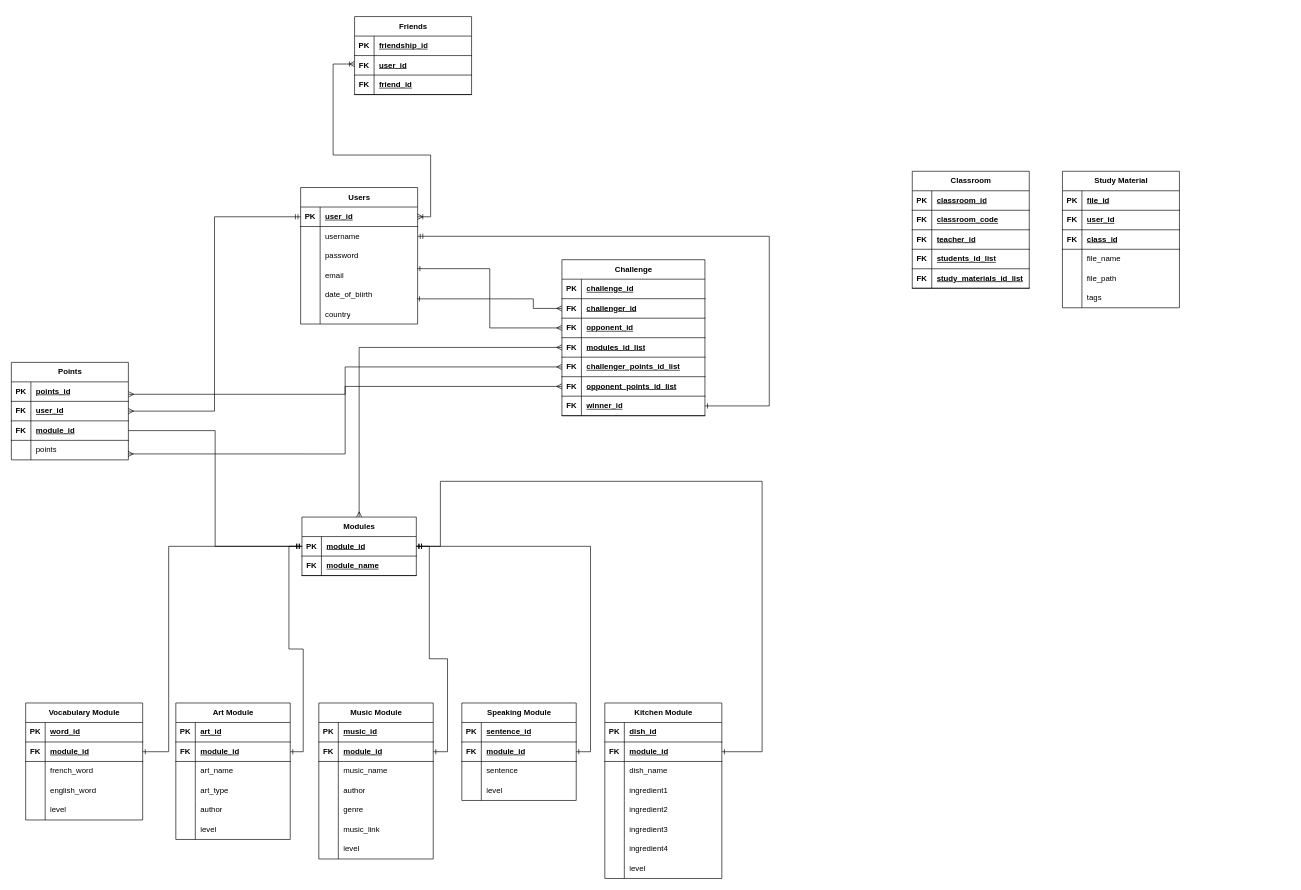
bacholabadze/FrenchChallenges keeps this draw.io diagram as Untitled Diagram.drawio. Above is the earlier version. Source tidied: cells renumbered, new cells numbered last; positions are measured from the earlier drawing's top-left corner, leaving out a move shared by most shapes. Both pictures are drawn from the tidied source at 65%, with x=0, y=0 at pixel (11, 16).
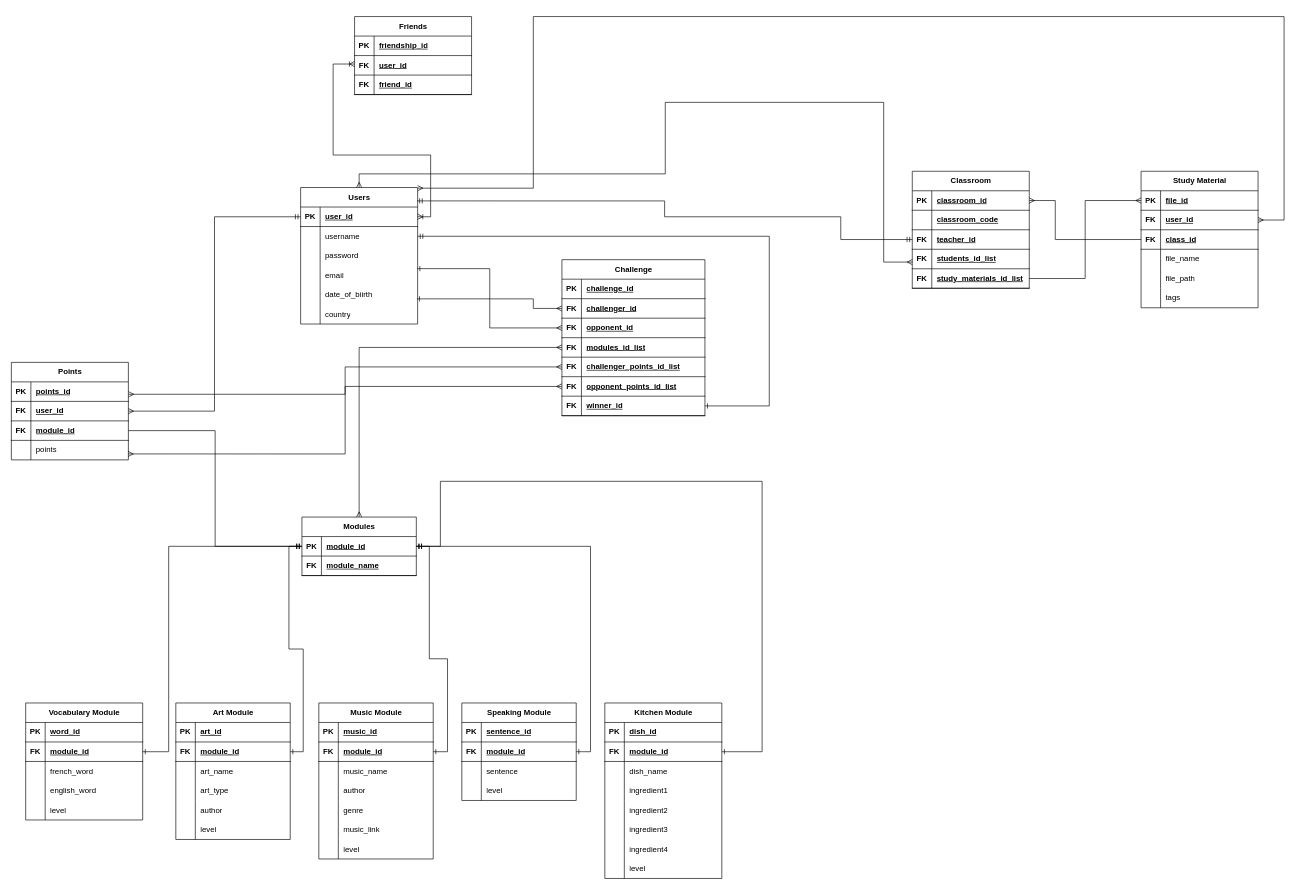
The same page after the edit.

Unchanged cells that the change refers to:
```xml
<mxCell id="3" value="Users" style="shape=table;startSize=30;childLayout=tableLayout;rowLines=0;fontStyle=1;align=center;html=1;" parent="2" vertex="1">
  <mxGeometry width="180" height="210" as="geometry" />
</mxCell>
<mxCell id="130" style="shape=tableRow;horizontal=0;startSize=0;swimlaneHead=0;swimlaneBody=0;fillColor=none;points=[[0,0.5],[1,0.5]];portConstraint=eastwest;top=0;left=0;right=0;bottom=1;" parent="129" vertex="1">
  <mxGeometry y="30" width="180" height="30" as="geometry" />
</mxCell>
<mxCell id="133" style="shape=tableRow;horizontal=0;startSize=0;swimlaneHead=0;swimlaneBody=0;fillColor=none;points=[[0,0.5],[1,0.5]];portConstraint=eastwest;top=0;left=0;right=0;bottom=1;" parent="129" vertex="1">
  <mxGeometry y="60" width="180" height="30" as="geometry" />
</mxCell>
<mxCell id="136" style="shape=tableRow;horizontal=0;startSize=0;swimlaneHead=0;swimlaneBody=0;fillColor=none;points=[[0,0.5],[1,0.5]];portConstraint=eastwest;top=0;left=0;right=0;bottom=1;" parent="129" vertex="1">
  <mxGeometry y="90" width="180" height="30" as="geometry" />
</mxCell>
<mxCell id="149" style="shape=tableRow;horizontal=0;startSize=0;swimlaneHead=0;swimlaneBody=0;fillColor=none;points=[[0,0.5],[1,0.5]];portConstraint=eastwest;top=0;left=0;right=0;bottom=1;" parent="148" vertex="1">
  <mxGeometry y="30" width="180" height="30" as="geometry" />
</mxCell>
<mxCell id="152" style="shape=tableRow;horizontal=0;startSize=0;swimlaneHead=0;swimlaneBody=0;fillColor=none;top=0;left=0;right=0;bottom=1;" parent="148" vertex="1">
  <mxGeometry y="60" width="180" height="30" as="geometry" />
</mxCell>
<mxCell id="155" style="shape=tableRow;horizontal=0;startSize=0;swimlaneHead=0;swimlaneBody=0;fillColor=none;points=[[0,0.5],[1,0.5]];portConstraint=eastwest;top=0;left=0;right=0;bottom=1;" parent="148" vertex="1">
  <mxGeometry y="90" width="180" height="30" as="geometry" />
</mxCell>
<mxCell id="158" style="shape=tableRow;horizontal=0;startSize=0;swimlaneHead=0;swimlaneBody=0;fillColor=none;points=[[0,0.5],[1,0.5]];portConstraint=eastwest;top=0;left=0;right=0;bottom=1;" parent="148" vertex="1">
  <mxGeometry y="120" width="180" height="30" as="geometry" />
</mxCell>
<mxCell id="161" style="shape=tableRow;horizontal=0;startSize=0;swimlaneHead=0;swimlaneBody=0;fillColor=none;points=[[0,0.5],[1,0.5]];portConstraint=eastwest;top=0;left=0;right=0;bottom=1;" parent="148" vertex="1">
  <mxGeometry y="150" width="180" height="30" as="geometry" />
</mxCell>
```

The edit, as a diff of the source:
```diff
@@
     <mxCell id="129" value="Study Material" style="shape=table;startSize=30;childLayout=tableLayout;rowLines=0;fontStyle=1;align=center;html=1;" parent="1" vertex="1">
-      <mxGeometry x="1617" y="238" width="180" height="210" as="geometry" />
+      <mxGeometry x="1738" y="238" width="180" height="210" as="geometry" />
     </mxCell>
@@
-    <mxCell id="153" value="FK" style="shape=partialRectangle;fillColor=none;top=0;left=0;bottom=0;right=0;fontStyle=1;overflow=hidden;whiteSpace=wrap;html=1;" parent="152" vertex="1">
+    <mxCell id="153" style="shape=partialRectangle;fillColor=none;top=0;left=0;bottom=0;right=0;fontStyle=1;overflow=hidden;whiteSpace=wrap;html=1;" parent="152" vertex="1">
       <mxGeometry width="30" height="30" as="geometry" />
     </mxCell>
@@
+    <mxCell id="219" style="edgeStyle=orthogonalEdgeStyle;rounded=0;jettySize=auto;html=1;entryX=0;entryY=0.5;entryDx=0;entryDy=0;endArrow=ERmany;endFill=0;" parent="1" edge="1" source="161" target="130">
+      <mxGeometry relative="1" as="geometry" />
+    </mxCell>
+    <mxCell id="220" style="edgeStyle=orthogonalEdgeStyle;rounded=0;jettySize=auto;html=1;endArrow=ERmany;endFill=0;startArrow=ERmany;startFill=0;exitX=0.001;exitY=0.656;exitDx=0;exitDy=0;exitPerimeter=0;" parent="1" edge="1" source="158" target="3">
+      <mxGeometry relative="1" as="geometry">
+        <Array as="points">
+          <mxPoint x="1342" y="378" />
+          <mxPoint x="1342" y="132" />
+          <mxPoint x="1006" y="132" />
+          <mxPoint x="1006" y="242" />
+          <mxPoint x="535" y="242" />
+        </Array>
+      </mxGeometry>
+    </mxCell>
+    <mxCell id="221" style="edgeStyle=orthogonalEdgeStyle;rounded=0;jettySize=auto;html=1;entryX=0.995;entryY=0.098;entryDx=0;entryDy=0;entryPerimeter=0;endArrow=ERmandOne;endFill=0;startArrow=ERmandOne;startFill=0;exitX=0;exitY=0.5;exitDx=0;exitDy=0;" parent="1" edge="1" source="155" target="3">
+      <mxGeometry relative="1" as="geometry">
+        <Array as="points">
+          <mxPoint x="1276" y="343" />
+          <mxPoint x="1276" y="308" />
+          <mxPoint x="1005" y="308" />
+          <mxPoint x="1005" y="284" />
+        </Array>
+      </mxGeometry>
+    </mxCell>
+    <mxCell id="222" style="edgeStyle=orthogonalEdgeStyle;rounded=0;jettySize=auto;html=1;endArrow=ERmany;endFill=0;startArrow=ERmany;startFill=0;" parent="1" edge="1" source="133" target="3">
+      <mxGeometry relative="1" as="geometry">
+        <Array as="points">
+          <mxPoint x="1958" y="313" />
+          <mxPoint x="1958" />
+          <mxPoint x="803" />
+          <mxPoint x="803" y="264" />
+        </Array>
+      </mxGeometry>
+    </mxCell>
+    <mxCell id="223" style="edgeStyle=orthogonalEdgeStyle;rounded=0;jettySize=auto;html=1;entryX=1;entryY=0.5;entryDx=0;entryDy=0;endArrow=ERmany;endFill=0;" parent="1" edge="1" source="136" target="149">
+      <mxGeometry relative="1" as="geometry">
+        <Array as="points">
+          <mxPoint x="1606" y="343" />
+          <mxPoint x="1606" y="283" />
+        </Array>
+      </mxGeometry>
+    </mxCell>
```
